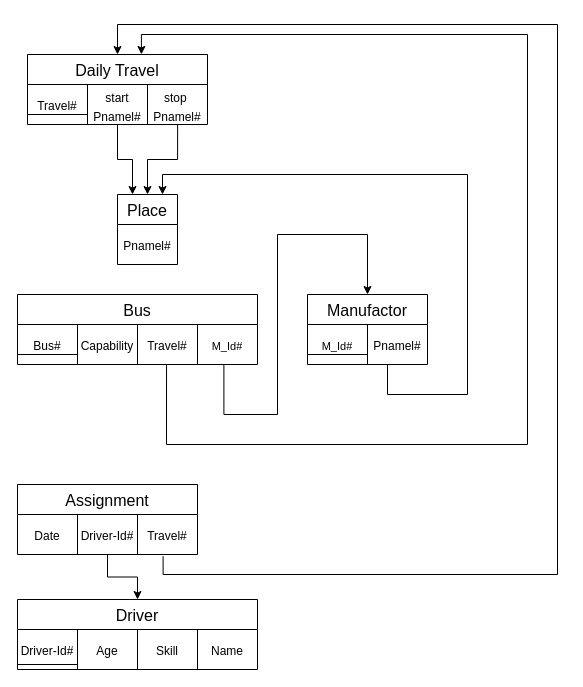
Earlier version of the draw.io diagram page "QA_2" (3 of 3) of databasemgrCourse/assignment1.drawio (turswiming/drawio_file). Source tidied: cells renumbered, new cells numbered last; positions are measured from the earlier drawing's top-left corner, leaving out a move shared by most shapes. Both pictures are drawn from the tidied source at 100%, with x=0, y=0 at pixel (17, 24).
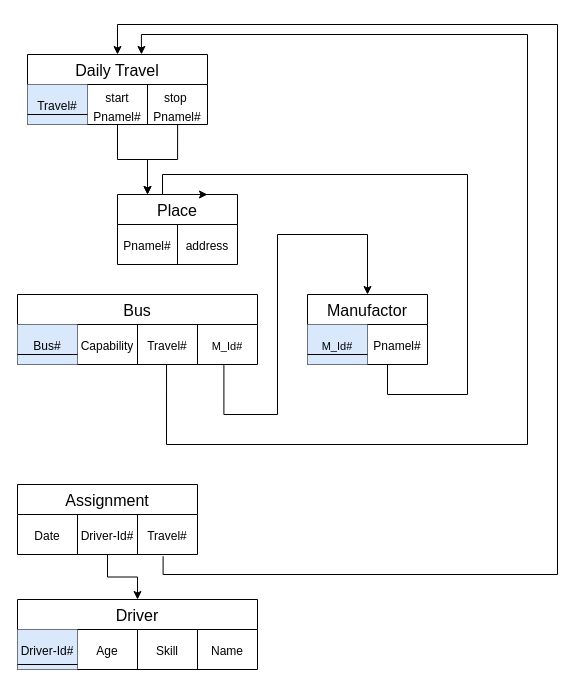
Above is the later version.

The change refers to these unchanged cells:
```xml
<mxCell id="4" style="shape=tableRow;horizontal=0;startSize=0;swimlaneHead=0;swimlaneBody=0;strokeColor=inherit;top=0;left=0;bottom=0;right=0;fillColor=none;points=[[0,0.5],[1,0.5]];portConstraint=eastwest;fontSize=16;" parent="3" vertex="1">
  <mxGeometry y="30" width="180" height="40" as="geometry" />
</mxCell>
<mxCell id="13" style="shape=tableRow;horizontal=0;startSize=0;swimlaneHead=0;swimlaneBody=0;strokeColor=inherit;top=0;left=0;bottom=0;right=0;fillColor=none;points=[[0,0.5],[1,0.5]];portConstraint=eastwest;fontSize=16;" parent="12" vertex="1">
  <mxGeometry y="30" width="240" height="40" as="geometry" />
</mxCell>
<mxCell id="20" style="shape=tableRow;horizontal=0;startSize=0;swimlaneHead=0;swimlaneBody=0;strokeColor=inherit;top=0;left=0;bottom=0;right=0;fillColor=none;points=[[0,0.5],[1,0.5]];portConstraint=eastwest;fontSize=16;" parent="19" vertex="1">
  <mxGeometry y="30" width="120" height="40" as="geometry" />
</mxCell>
<mxCell id="26" style="shape=tableRow;horizontal=0;startSize=0;swimlaneHead=0;swimlaneBody=0;strokeColor=inherit;top=0;left=0;bottom=0;right=0;fillColor=none;fontSize=16;" parent="25" vertex="1">
  <mxGeometry y="30" width="240" height="40" as="geometry" />
</mxCell>
```

Change to the diagram source:
```diff
@@
-    <mxCell id="5" value="&lt;span style=&quot;font-size: 12px;&quot;&gt;Travel#&lt;/span&gt;" style="shape=partialRectangle;html=1;whiteSpace=wrap;strokeColor=inherit;overflow=hidden;fillColor=none;top=0;left=0;bottom=0;right=0;fontSize=16;" parent="4" vertex="1">
+    <mxCell id="5" value="&lt;span style=&quot;font-size: 12px;&quot;&gt;Travel#&lt;/span&gt;" style="shape=partialRectangle;html=1;whiteSpace=wrap;strokeColor=#6c8ebf;overflow=hidden;fillColor=#dae8fc;top=0;left=0;bottom=0;right=0;fontSize=16;" parent="4" vertex="1">
       <mxGeometry width="60" height="40" as="geometry" />
     </mxCell>
@@
     <mxCell id="8" value="Place" style="shape=table;startSize=30;childLayout=tableLayout;strokeColor=default;fontSize=16;" parent="1" vertex="1">
-      <mxGeometry x="100" y="170" width="60" height="70" as="geometry" />
+      <mxGeometry x="100" y="170" width="120" height="70" as="geometry" />
     </mxCell>
     <mxCell id="9" style="shape=tableRow;horizontal=0;startSize=0;swimlaneHead=0;swimlaneBody=0;strokeColor=inherit;top=0;left=0;bottom=0;right=0;fillColor=none;fontSize=16;" parent="8" vertex="1">
-      <mxGeometry y="30" width="60" height="40" as="geometry" />
+      <mxGeometry y="30" width="120" height="40" as="geometry" />
     </mxCell>
@@
+    <mxCell id="42" value="&lt;font style=&quot;font-size: 12px;&quot;&gt;address&lt;/font&gt;" style="shape=partialRectangle;html=1;whiteSpace=wrap;strokeColor=inherit;overflow=hidden;fillColor=none;top=0;left=0;bottom=0;right=0;fontSize=16;" parent="9" vertex="1">
+      <mxGeometry x="60" width="60" height="40" as="geometry" />
+    </mxCell>
@@
-    <mxCell id="14" value="&lt;span style=&quot;font-size: 12px;&quot;&gt;Bus#&lt;/span&gt;" style="shape=partialRectangle;html=1;whiteSpace=wrap;strokeColor=inherit;overflow=hidden;fillColor=none;top=0;left=0;bottom=0;right=0;fontSize=16;" parent="13" vertex="1">
+    <mxCell id="14" value="&lt;span style=&quot;font-size: 12px;&quot;&gt;Bus#&lt;/span&gt;" style="shape=partialRectangle;html=1;whiteSpace=wrap;strokeColor=#6c8ebf;overflow=hidden;fillColor=#dae8fc;top=0;left=0;bottom=0;right=0;fontSize=16;" parent="13" vertex="1">
       <mxGeometry width="60" height="40" as="geometry" />
     </mxCell>
@@
-    <mxCell id="21" value="&lt;span style=&quot;font-size: 11px;&quot;&gt;M_Id#&lt;/span&gt;" style="shape=partialRectangle;html=1;whiteSpace=wrap;strokeColor=inherit;overflow=hidden;fillColor=none;top=0;left=0;bottom=0;right=0;fontSize=16;" parent="20" vertex="1">
+    <mxCell id="21" value="&lt;span style=&quot;font-size: 11px;&quot;&gt;M_Id#&lt;/span&gt;" style="shape=partialRectangle;html=1;whiteSpace=wrap;strokeColor=#6c8ebf;overflow=hidden;fillColor=#dae8fc;top=0;left=0;bottom=0;right=0;fontSize=16;" parent="20" vertex="1">
       <mxGeometry width="60" height="40" as="geometry" />
     </mxCell>
@@
-    <mxCell id="27" value="&lt;span style=&quot;font-size: 12px;&quot;&gt;Driver-Id#&lt;/span&gt;" style="shape=partialRectangle;html=1;whiteSpace=wrap;strokeColor=inherit;overflow=hidden;fillColor=none;top=0;left=0;bottom=0;right=0;fontSize=16;" parent="26" vertex="1">
+    <mxCell id="27" value="&lt;span style=&quot;font-size: 12px;&quot;&gt;Driver-Id#&lt;/span&gt;" style="shape=partialRectangle;html=1;whiteSpace=wrap;strokeColor=#6c8ebf;overflow=hidden;fillColor=#dae8fc;top=0;left=0;bottom=0;right=0;fontSize=16;" parent="26" vertex="1">
       <mxGeometry width="60" height="40" as="geometry" />
     </mxCell>
```
